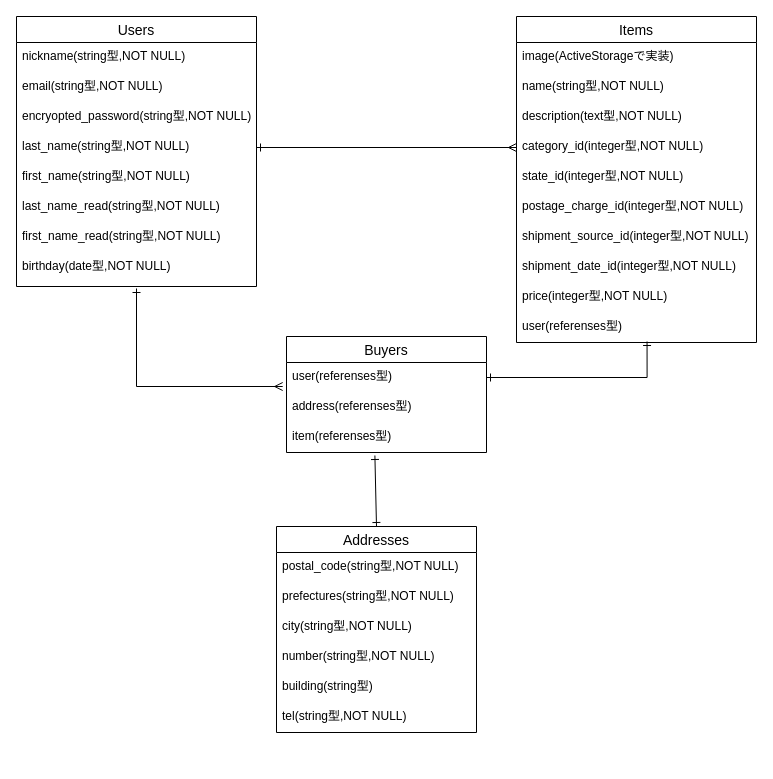
NaoyaNemezawa/furima-32981 keeps this draw.io diagram as furimaDB.dio. Above is the earlier version. Source tidied: cells renumbered, new cells numbered last; positions are measured from the earlier drawing's top-left corner, leaving out a move shared by most shapes. Both pictures are drawn from the tidied source at 100%, with x=0, y=0 at pixel (16, 16).
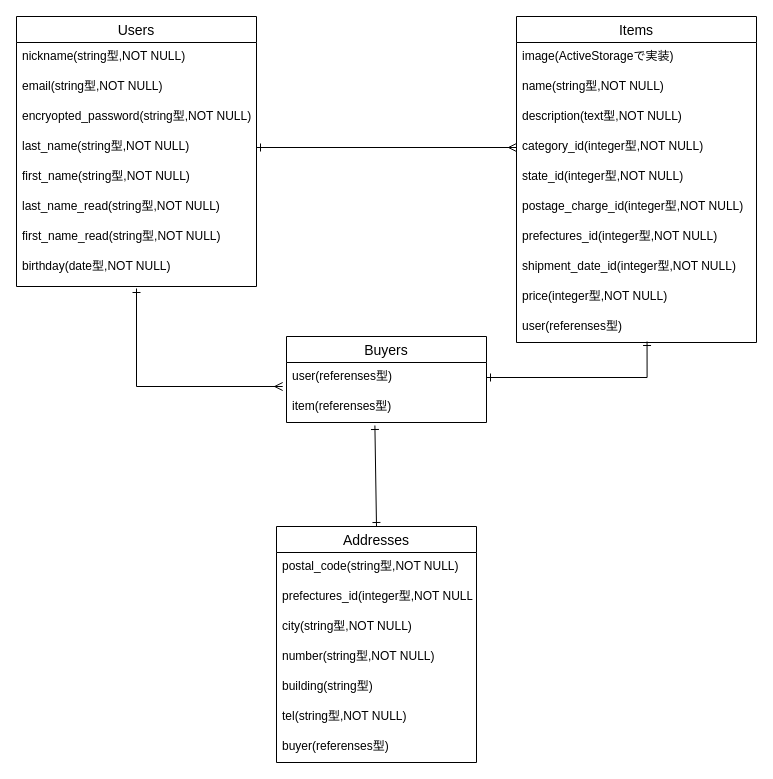
The same diagram, later.

Commit message (it also covers changes not shown here):
nicknameの一意性制限削除、アソシエーションの頭文字を小文字に修正

Unchanged cells that the change refers to:
```xml
<mxCell id="15" value="Items" style="swimlane;fontStyle=0;horizontal=1;startSize=26;align=center;fontSize=14;" parent="1" vertex="1">
  <mxGeometry x="500" width="240" height="326" as="geometry" />
</mxCell>
```

What changed in the source:
```diff
@@
     <mxCell id="11" value="Buyers" style="swimlane;fontStyle=0;horizontal=1;startSize=26;align=center;fontSize=14;" parent="1" vertex="1">
-      <mxGeometry x="270" y="320" width="200" height="116" as="geometry" />
+      <mxGeometry x="270" y="320" width="200" height="86" as="geometry" />
     </mxCell>
@@
-    <mxCell id="13" value="address(referenses型)" style="text;strokeColor=none;fillColor=none;spacingLeft=4;spacingRight=4;overflow=hidden;fontSize=12;" parent="11" vertex="1">
-      <mxGeometry y="56" width="200" height="30" as="geometry" />
-    </mxCell>
     <mxCell id="14" value="item(referenses型)" style="text;strokeColor=none;fillColor=none;spacingLeft=4;spacingRight=4;overflow=hidden;points=[[0,0.5],[1,0.5]];portConstraint=eastwest;fontSize=12;" parent="11" vertex="1">
-      <mxGeometry y="86" width="200" height="30" as="geometry" />
+      <mxGeometry y="56" width="200" height="30" as="geometry" />
     </mxCell>
@@
-    <mxCell id="22" value="shipment_source_id(integer型,NOT NULL)" style="text;strokeColor=none;fillColor=none;spacingLeft=4;spacingRight=4;overflow=hidden;fontSize=12;" parent="15" vertex="1">
+    <mxCell id="22" value="prefectures_id(integer型,NOT NULL)" style="text;strokeColor=none;fillColor=none;spacingLeft=4;spacingRight=4;overflow=hidden;fontSize=12;" parent="15" vertex="1">
       <mxGeometry y="206" width="240" height="30" as="geometry" />
     </mxCell>
@@
     <mxCell id="26" value="Addresses" style="swimlane;fontStyle=0;horizontal=1;startSize=26;align=center;fontSize=14;" parent="1" vertex="1">
-      <mxGeometry x="260" y="510" width="200" height="206" as="geometry" />
+      <mxGeometry x="260" y="510" width="200" height="236" as="geometry" />
     </mxCell>
@@
-    <mxCell id="28" value="prefectures(string型,NOT NULL)" style="text;strokeColor=none;fillColor=none;spacingLeft=4;spacingRight=4;overflow=hidden;fontSize=12;" parent="26" vertex="1">
+    <mxCell id="28" value="prefectures_id(integer型,NOT NULL)" style="text;strokeColor=none;fillColor=none;spacingLeft=4;spacingRight=4;overflow=hidden;fontSize=12;" parent="26" vertex="1">
       <mxGeometry y="56" width="200" height="30" as="geometry" />
     </mxCell>
@@
+    <mxCell id="37" value="buyer(referenses型)" style="text;strokeColor=none;fillColor=none;spacingLeft=4;spacingRight=4;overflow=hidden;fontSize=12;" parent="26" vertex="1">
+      <mxGeometry y="206" width="200" height="30" as="geometry" />
+    </mxCell>
```
